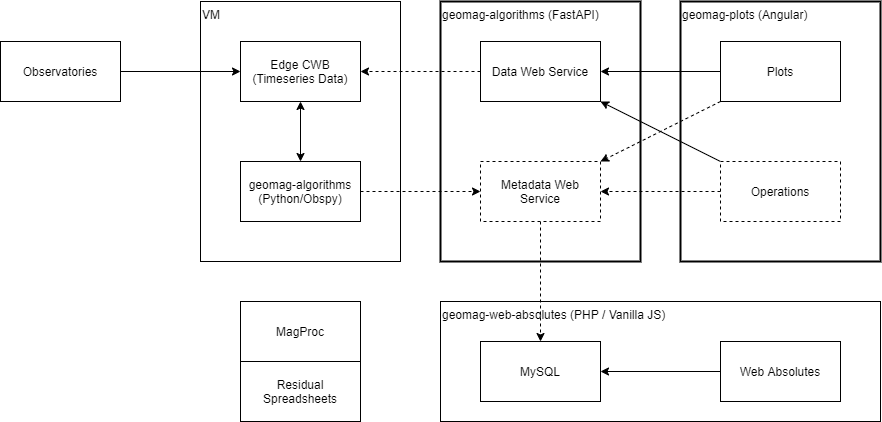
The draw.io diagram docs/overview.png in sthagen/usgs-geomag-algorithms, before a commit. Source tidied: cells renumbered, new cells last; positions are measured from the earlier drawing's top-left corner, leaving out a move shared by most shapes. Its diagram source:
```xml
<mxGraphModel>
  <root>
    <mxCell id="0" />
    <mxCell id="1" parent="0" />
    <mxCell id="2" value="geomag-web-absolutes (PHP / Vanilla JS)" style="rounded=0;whiteSpace=wrap;html=1;align=left;verticalAlign=top;" parent="1" vertex="1">
      <mxGeometry x="440" y="300" width="440" height="120" as="geometry" />
    </mxCell>
    <mxCell id="3" value="geomag-plots (Angular)" style="rounded=0;whiteSpace=wrap;html=1;align=left;verticalAlign=top;strokeWidth=2;" parent="1" vertex="1">
      <mxGeometry x="680" width="200" height="260" as="geometry" />
    </mxCell>
    <mxCell id="4" value="geomag-algorithms (FastAPI)" style="rounded=0;whiteSpace=wrap;html=1;align=left;verticalAlign=top;strokeWidth=2;" parent="1" vertex="1">
      <mxGeometry x="440" width="200" height="260" as="geometry" />
    </mxCell>
    <mxCell id="5" value="VM" style="rounded=0;whiteSpace=wrap;html=1;align=left;verticalAlign=top;" parent="1" vertex="1">
      <mxGeometry x="200" width="200" height="260" as="geometry" />
    </mxCell>
    <mxCell id="6" value="Edge CWB&lt;br&gt;(Timeseries Data)" style="rounded=0;whiteSpace=wrap;html=1;" parent="1" vertex="1">
      <mxGeometry x="240" y="40" width="120" height="60" as="geometry" />
    </mxCell>
    <mxCell id="7" style="edgeStyle=none;rounded=0;jettySize=auto;html=1;entryX=0.5;entryY=1;entryDx=0;entryDy=0;startArrow=classic;startFill=1;" parent="1" edge="1" source="9" target="6">
      <mxGeometry relative="1" as="geometry" />
    </mxCell>
    <mxCell id="8" style="edgeStyle=none;rounded=0;jettySize=auto;html=1;startArrow=none;startFill=0;dashed=1;" parent="1" edge="1" source="9" target="13">
      <mxGeometry relative="1" as="geometry" />
    </mxCell>
    <mxCell id="9" value="geomag-algorithms&lt;br&gt;(Python/Obspy)" style="rounded=0;whiteSpace=wrap;html=1;" parent="1" vertex="1">
      <mxGeometry x="240" y="160" width="120" height="60" as="geometry" />
    </mxCell>
    <mxCell id="10" style="edgeStyle=none;rounded=0;jettySize=auto;html=1;dashed=1;" parent="1" edge="1" source="11" target="6">
      <mxGeometry relative="1" as="geometry" />
    </mxCell>
    <mxCell id="11" value="Data Web Service" style="rounded=0;whiteSpace=wrap;html=1;" parent="1" vertex="1">
      <mxGeometry x="480" y="40" width="120" height="60" as="geometry" />
    </mxCell>
    <mxCell id="12" style="edgeStyle=none;rounded=0;jettySize=auto;html=1;dashed=1;startArrow=none;startFill=0;" parent="1" edge="1" source="13" target="22">
      <mxGeometry relative="1" as="geometry" />
    </mxCell>
    <mxCell id="13" value="Metadata Web Service" style="rounded=0;whiteSpace=wrap;html=1;dashed=1;" parent="1" vertex="1">
      <mxGeometry x="480" y="160" width="120" height="60" as="geometry" />
    </mxCell>
    <mxCell id="14" style="edgeStyle=none;rounded=0;jettySize=auto;html=1;" parent="1" edge="1" source="16" target="11">
      <mxGeometry relative="1" as="geometry" />
    </mxCell>
    <mxCell id="15" style="edgeStyle=none;rounded=0;jettySize=auto;html=1;dashed=1;" parent="1" edge="1" source="16" target="13">
      <mxGeometry relative="1" as="geometry" />
    </mxCell>
    <mxCell id="16" value="Plots" style="rounded=0;whiteSpace=wrap;html=1;" parent="1" vertex="1">
      <mxGeometry x="720" y="40" width="120" height="60" as="geometry" />
    </mxCell>
    <mxCell id="17" style="edgeStyle=orthogonalEdgeStyle;rounded=0;jettySize=auto;html=1;dashed=1;" parent="1" edge="1" source="19" target="13">
      <mxGeometry relative="1" as="geometry" />
    </mxCell>
    <mxCell id="18" style="rounded=0;jettySize=auto;html=1;" parent="1" edge="1" source="19" target="11">
      <mxGeometry relative="1" as="geometry" />
    </mxCell>
    <mxCell id="19" value="Operations" style="rounded=0;whiteSpace=wrap;html=1;dashed=1;" parent="1" vertex="1">
      <mxGeometry x="720" y="160" width="120" height="60" as="geometry" />
    </mxCell>
    <mxCell id="20" style="edgeStyle=none;rounded=0;jettySize=auto;html=1;startArrow=none;startFill=0;" parent="1" edge="1" source="21" target="6">
      <mxGeometry relative="1" as="geometry" />
    </mxCell>
    <mxCell id="21" value="Observatories" style="rounded=0;whiteSpace=wrap;html=1;" parent="1" vertex="1">
      <mxGeometry y="40" width="120" height="60" as="geometry" />
    </mxCell>
    <mxCell id="22" value="MySQL" style="rounded=0;whiteSpace=wrap;html=1;" parent="1" vertex="1">
      <mxGeometry x="480" y="340" width="120" height="60" as="geometry" />
    </mxCell>
    <mxCell id="23" style="edgeStyle=none;rounded=0;jettySize=auto;html=1;entryX=1;entryY=0.5;entryDx=0;entryDy=0;startArrow=none;startFill=0;" parent="1" edge="1" source="24" target="22">
      <mxGeometry relative="1" as="geometry" />
    </mxCell>
    <mxCell id="24" value="Web Absolutes" style="rounded=0;whiteSpace=wrap;html=1;" parent="1" vertex="1">
      <mxGeometry x="720" y="340" width="120" height="60" as="geometry" />
    </mxCell>
    <mxCell id="25" value="MagProc" style="rounded=0;whiteSpace=wrap;html=1;" parent="1" vertex="1">
      <mxGeometry x="240" y="300" width="120" height="60" as="geometry" />
    </mxCell>
    <mxCell id="26" value="Residual Spreadsheets" style="rounded=0;whiteSpace=wrap;html=1;" parent="1" vertex="1">
      <mxGeometry x="240" y="360" width="120" height="60" as="geometry" />
    </mxCell>
  </root>
</mxGraphModel>
```
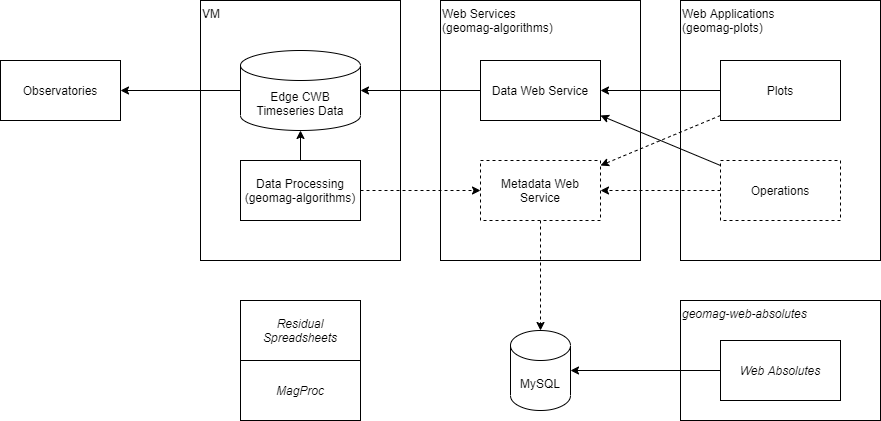
The same file after the commit.

Commit message:
Update arrow from data service to edge

Change to the diagram source:
```diff
@@ -2,35 +2,32 @@
   <root>
     <mxCell id="0" />
     <mxCell id="1" parent="0" />
-    <mxCell id="2" value="geomag-web-absolutes (PHP / Vanilla JS)" style="rounded=0;whiteSpace=wrap;html=1;align=left;verticalAlign=top;" parent="1" vertex="1">
-      <mxGeometry x="440" y="300" width="440" height="120" as="geometry" />
+    <mxCell id="2" value="geomag-web-absolutes" style="rounded=0;whiteSpace=wrap;html=1;align=left;verticalAlign=top;fontStyle=2;" parent="1" vertex="1">
+      <mxGeometry x="680" y="300" width="200" height="120" as="geometry" />
     </mxCell>
-    <mxCell id="3" value="geomag-plots (Angular)" style="rounded=0;whiteSpace=wrap;html=1;align=left;verticalAlign=top;strokeWidth=2;" parent="1" vertex="1">
+    <mxCell id="3" value="Web Applications&lt;br&gt;(geomag-plots)" style="rounded=0;whiteSpace=wrap;html=1;align=left;verticalAlign=top;strokeWidth=1;" parent="1" vertex="1">
       <mxGeometry x="680" width="200" height="260" as="geometry" />
     </mxCell>
-    <mxCell id="4" value="geomag-algorithms (FastAPI)" style="rounded=0;whiteSpace=wrap;html=1;align=left;verticalAlign=top;strokeWidth=2;" parent="1" vertex="1">
+    <mxCell id="4" value="Web Services&lt;br&gt;(geomag-algorithms)" style="rounded=0;whiteSpace=wrap;html=1;align=left;verticalAlign=top;strokeWidth=1;" parent="1" vertex="1">
       <mxGeometry x="440" width="200" height="260" as="geometry" />
     </mxCell>
     <mxCell id="5" value="VM" style="rounded=0;whiteSpace=wrap;html=1;align=left;verticalAlign=top;" parent="1" vertex="1">
       <mxGeometry x="200" width="200" height="260" as="geometry" />
     </mxCell>
-    <mxCell id="6" value="Edge CWB&lt;br&gt;(Timeseries Data)" style="rounded=0;whiteSpace=wrap;html=1;" parent="1" vertex="1">
-      <mxGeometry x="240" y="40" width="120" height="60" as="geometry" />
-    </mxCell>
-    <mxCell id="7" style="edgeStyle=none;rounded=0;jettySize=auto;html=1;entryX=0.5;entryY=1;entryDx=0;entryDy=0;startArrow=classic;startFill=1;" parent="1" edge="1" source="9" target="6">
+    <mxCell id="7" style="edgeStyle=none;rounded=0;jettySize=auto;html=1;entryX=0.5;entryY=1;entryDx=0;entryDy=0;startArrow=none;startFill=0;entryPerimeter=0;" parent="1" edge="1" source="9" target="27">
       <mxGeometry relative="1" as="geometry" />
     </mxCell>
     <mxCell id="8" style="edgeStyle=none;rounded=0;jettySize=auto;html=1;startArrow=none;startFill=0;dashed=1;" parent="1" edge="1" source="9" target="13">
       <mxGeometry relative="1" as="geometry" />
     </mxCell>
-    <mxCell id="9" value="geomag-algorithms&lt;br&gt;(Python/Obspy)" style="rounded=0;whiteSpace=wrap;html=1;" parent="1" vertex="1">
+    <mxCell id="9" value="Data Processing&lt;br&gt;(geomag-algorithms)" style="rounded=0;whiteSpace=wrap;html=1;" parent="1" vertex="1">
       <mxGeometry x="240" y="160" width="120" height="60" as="geometry" />
     </mxCell>
-    <mxCell id="10" style="edgeStyle=none;rounded=0;jettySize=auto;html=1;dashed=1;" parent="1" edge="1" source="11" target="6">
+    <mxCell id="10" style="edgeStyle=none;rounded=0;jettySize=auto;html=1;" parent="1" edge="1" source="11" target="27">
       <mxGeometry relative="1" as="geometry" />
     </mxCell>
     <mxCell id="11" value="Data Web Service" style="rounded=0;whiteSpace=wrap;html=1;" parent="1" vertex="1">
-      <mxGeometry x="480" y="40" width="120" height="60" as="geometry" />
+      <mxGeometry x="480" y="60" width="120" height="60" as="geometry" />
     </mxCell>
     <mxCell id="12" style="edgeStyle=none;rounded=0;jettySize=auto;html=1;dashed=1;startArrow=none;startFill=0;" parent="1" edge="1" source="13" target="22">
       <mxGeometry relative="1" as="geometry" />
@@ -45,7 +42,7 @@
       <mxGeometry relative="1" as="geometry" />
     </mxCell>
     <mxCell id="16" value="Plots" style="rounded=0;whiteSpace=wrap;html=1;" parent="1" vertex="1">
-      <mxGeometry x="720" y="40" width="120" height="60" as="geometry" />
+      <mxGeometry x="720" y="60" width="120" height="60" as="geometry" />
     </mxCell>
     <mxCell id="17" style="edgeStyle=orthogonalEdgeStyle;rounded=0;jettySize=auto;html=1;dashed=1;" parent="1" edge="1" source="19" target="13">
       <mxGeometry relative="1" as="geometry" />
@@ -56,26 +53,29 @@
     <mxCell id="19" value="Operations" style="rounded=0;whiteSpace=wrap;html=1;dashed=1;" parent="1" vertex="1">
       <mxGeometry x="720" y="160" width="120" height="60" as="geometry" />
     </mxCell>
-    <mxCell id="20" style="edgeStyle=none;rounded=0;jettySize=auto;html=1;startArrow=none;startFill=0;" parent="1" edge="1" source="21" target="6">
+    <mxCell id="20" style="edgeStyle=none;rounded=0;jettySize=auto;html=1;startArrow=classic;startFill=1;endArrow=none;endFill=0;" parent="1" edge="1" source="21" target="27">
       <mxGeometry relative="1" as="geometry" />
     </mxCell>
     <mxCell id="21" value="Observatories" style="rounded=0;whiteSpace=wrap;html=1;" parent="1" vertex="1">
-      <mxGeometry y="40" width="120" height="60" as="geometry" />
+      <mxGeometry y="60" width="120" height="60" as="geometry" />
     </mxCell>
-    <mxCell id="22" value="MySQL" style="rounded=0;whiteSpace=wrap;html=1;" parent="1" vertex="1">
-      <mxGeometry x="480" y="340" width="120" height="60" as="geometry" />
-    </mxCell>
-    <mxCell id="23" style="edgeStyle=none;rounded=0;jettySize=auto;html=1;entryX=1;entryY=0.5;entryDx=0;entryDy=0;startArrow=none;startFill=0;" parent="1" edge="1" source="24" target="22">
+    <mxCell id="23" style="edgeStyle=none;rounded=0;jettySize=auto;html=1;startArrow=none;startFill=0;" parent="1" edge="1" source="24" target="22">
       <mxGeometry relative="1" as="geometry" />
     </mxCell>
-    <mxCell id="24" value="Web Absolutes" style="rounded=0;whiteSpace=wrap;html=1;" parent="1" vertex="1">
+    <mxCell id="24" value="Web Absolutes" style="rounded=0;whiteSpace=wrap;html=1;fontStyle=2;" parent="1" vertex="1">
       <mxGeometry x="720" y="340" width="120" height="60" as="geometry" />
     </mxCell>
-    <mxCell id="25" value="MagProc" style="rounded=0;whiteSpace=wrap;html=1;" parent="1" vertex="1">
-      <mxGeometry x="240" y="300" width="120" height="60" as="geometry" />
+    <mxCell id="25" value="MagProc" style="rounded=0;whiteSpace=wrap;html=1;fontStyle=2;" parent="1" vertex="1">
+      <mxGeometry x="240" y="360" width="120" height="60" as="geometry" />
     </mxCell>
-    <mxCell id="26" value="Residual Spreadsheets" style="rounded=0;whiteSpace=wrap;html=1;" parent="1" vertex="1">
-      <mxGeometry x="240" y="360" width="120" height="60" as="geometry" />
+    <mxCell id="26" value="Residual Spreadsheets" style="rounded=0;whiteSpace=wrap;html=1;fontStyle=2;" parent="1" vertex="1">
+      <mxGeometry x="240" y="300" width="120" height="60" as="geometry" />
     </mxCell>
+    <mxCell id="22" value="MySQL" style="shape=cylinder3;whiteSpace=wrap;html=1;boundedLbl=1;backgroundOutline=1;size=15;strokeWidth=1;" parent="1" vertex="1">
+      <mxGeometry x="510" y="330" width="60" height="80" as="geometry" />
+    </mxCell>
+    <mxCell id="27" value="Edge CWB&lt;br&gt;Timeseries Data" style="shape=cylinder3;whiteSpace=wrap;html=1;boundedLbl=1;backgroundOutline=1;size=15;strokeWidth=1;" parent="1" vertex="1">
+      <mxGeometry x="240" y="50" width="120" height="80" as="geometry" />
+    </mxCell>
   </root>
 </mxGraphModel>
```
